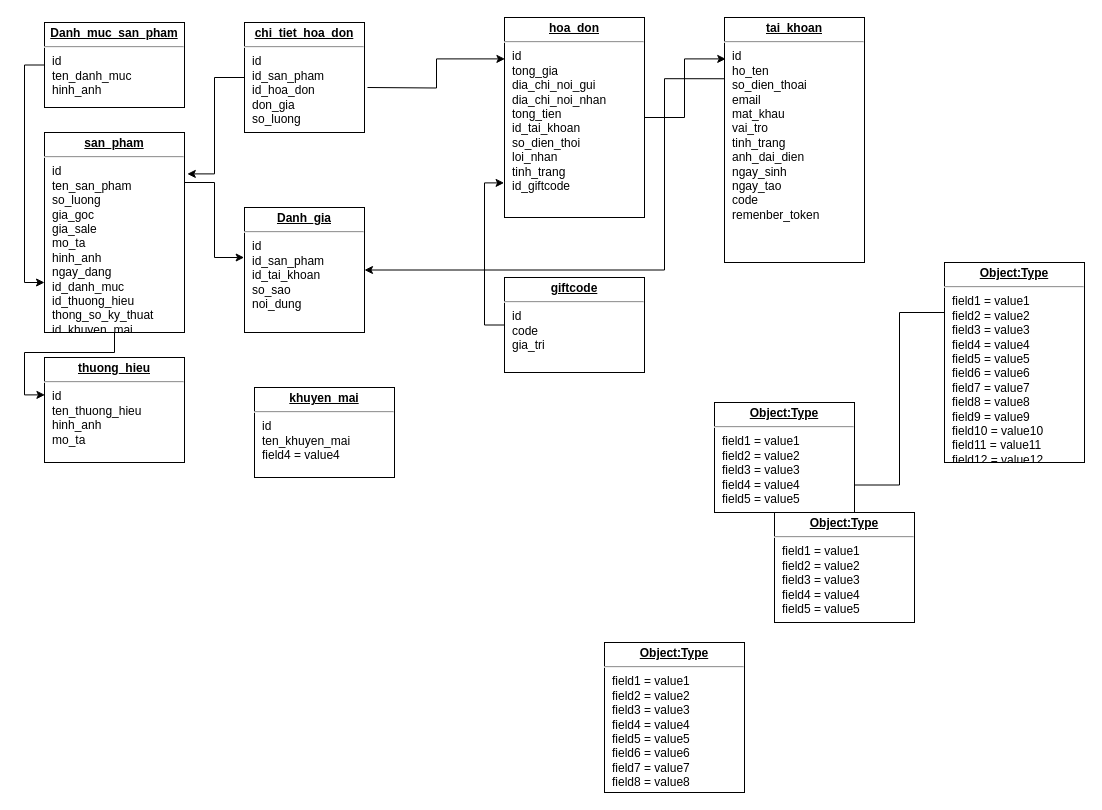
This is Untitled Diagram.drawio from leducgiachoang/eclickbuy, a draw.io file, before an edit. Source tidied: cells renumbered, new cells numbered last; positions are measured from the earlier drawing's top-left corner, leaving out a move shared by most shapes. Both pictures are drawn from the tidied source at 100%, with x=0, y=0 at pixel (44, 17).
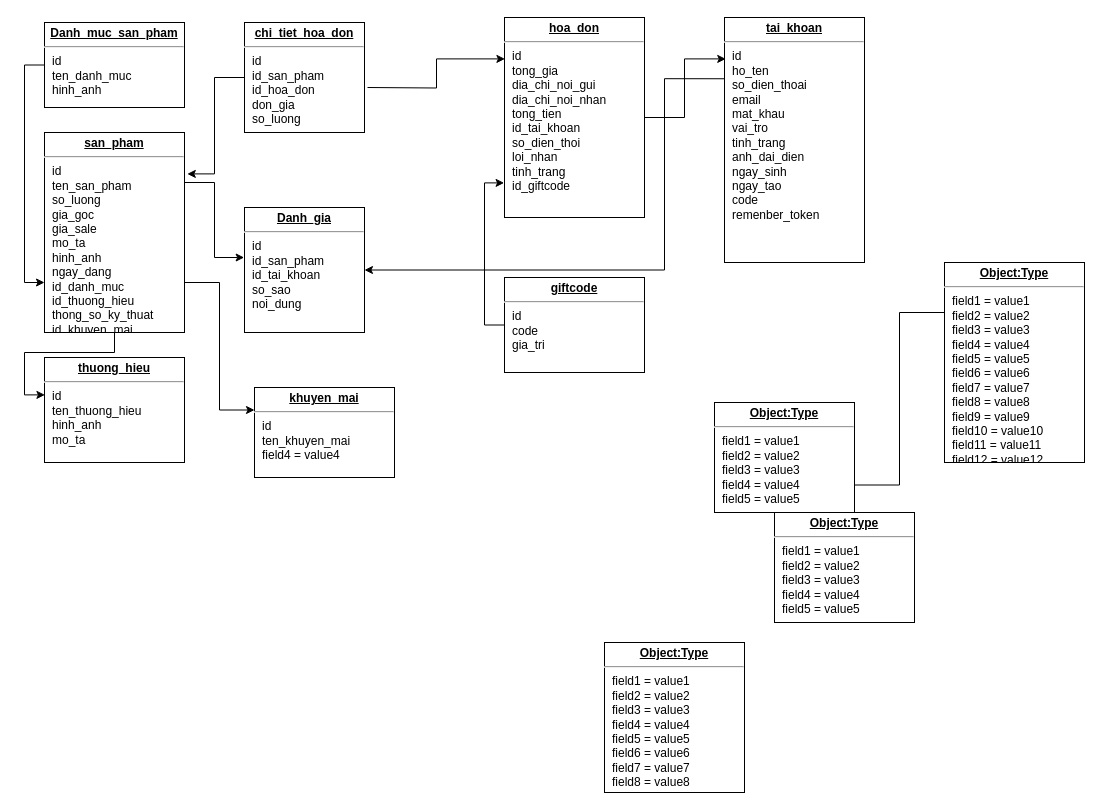
The same page after the edit.

Unchanged cells that the change refers to:
```xml
<mxCell id="15" value="&lt;p style=&quot;margin: 0px ; margin-top: 4px ; text-align: center ; text-decoration: underline&quot;&gt;&lt;b&gt;san_pham&lt;/b&gt;&lt;/p&gt;&lt;hr&gt;&lt;p style=&quot;margin: 0px ; margin-left: 8px&quot;&gt;id&lt;br&gt;ten_san_pham&lt;br&gt;so_luong&lt;/p&gt;&lt;p style=&quot;margin: 0px ; margin-left: 8px&quot;&gt;gia_goc&lt;/p&gt;&lt;p style=&quot;margin: 0px ; margin-left: 8px&quot;&gt;gia_sale&lt;/p&gt;&lt;p style=&quot;margin: 0px ; margin-left: 8px&quot;&gt;mo_ta&lt;/p&gt;&lt;p style=&quot;margin: 0px ; margin-left: 8px&quot;&gt;hinh_anh&lt;/p&gt;&lt;p style=&quot;margin: 0px ; margin-left: 8px&quot;&gt;ngay_dang&lt;/p&gt;&lt;p style=&quot;margin: 0px ; margin-left: 8px&quot;&gt;id_danh_muc&lt;/p&gt;&lt;p style=&quot;margin: 0px ; margin-left: 8px&quot;&gt;id_thuong_hieu&lt;/p&gt;&lt;p style=&quot;margin: 0px ; margin-left: 8px&quot;&gt;thong_so_ky_thuat&lt;/p&gt;&lt;p style=&quot;margin: 0px ; margin-left: 8px&quot;&gt;id_khuyen_mai&lt;/p&gt;&lt;p style=&quot;margin: 0px ; margin-left: 8px&quot;&gt;&lt;br&gt;&lt;/p&gt;&lt;p style=&quot;margin: 0px ; margin-left: 8px&quot;&gt;&lt;br&gt;&lt;/p&gt;&lt;p style=&quot;margin: 0px ; margin-left: 8px&quot;&gt;&lt;br&gt;&lt;/p&gt;&lt;p style=&quot;margin: 0px ; margin-left: 8px&quot;&gt;&lt;br&gt;&lt;/p&gt;" style="verticalAlign=top;align=left;overflow=fill;fontSize=12;fontFamily=Helvetica;html=1;rounded=0;shadow=0;comic=0;labelBackgroundColor=none;strokeWidth=1;" parent="1" vertex="1">
  <mxGeometry y="115" width="140" height="200" as="geometry" />
</mxCell>
<mxCell id="21" value="&lt;p style=&quot;margin: 0px ; margin-top: 4px ; text-align: center ; text-decoration: underline&quot;&gt;&lt;b&gt;khuyen_mai&lt;/b&gt;&lt;/p&gt;&lt;hr&gt;&lt;p style=&quot;margin: 0px ; margin-left: 8px&quot;&gt;id&lt;/p&gt;&lt;p style=&quot;margin: 0px ; margin-left: 8px&quot;&gt;ten_khuyen_mai&lt;br&gt;&lt;/p&gt;&lt;p style=&quot;margin: 0px ; margin-left: 8px&quot;&gt;field4 = value4&lt;/p&gt;" style="verticalAlign=top;align=left;overflow=fill;fontSize=12;fontFamily=Helvetica;html=1;rounded=0;shadow=0;comic=0;labelBackgroundColor=none;strokeWidth=1;" parent="1" vertex="1">
  <mxGeometry x="210" y="370" width="140" height="90" as="geometry" />
</mxCell>
```

Change to the diagram source:
```diff
@@
+    <mxCell id="24" style="edgeStyle=orthogonalEdgeStyle;rounded=0;jettySize=auto;html=1;exitX=1;exitY=0.75;exitDx=0;exitDy=0;entryX=0;entryY=0.25;entryDx=0;entryDy=0;" parent="1" edge="1" source="15" target="21">
+      <mxGeometry relative="1" as="geometry" />
+    </mxCell>
```
